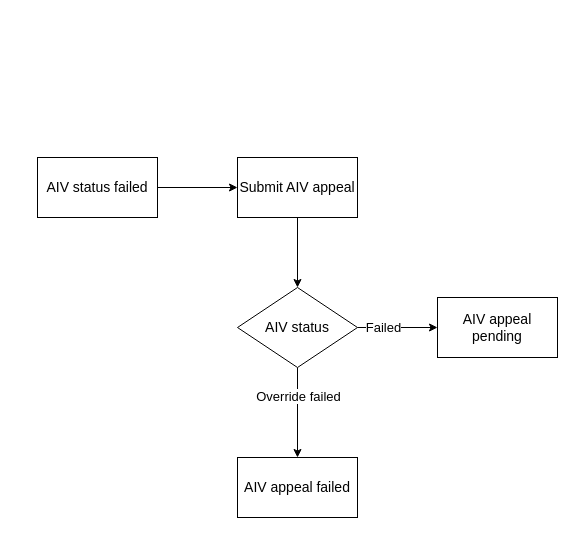
Above: page "AIV appeal flow - 1" (3 of 5) of misc.drawio in Seandor/diagrams-storage (draw.io), before the change. Source tidied: cells renumbered, new cells numbered last; positions are measured from the earlier drawing's top-left corner, leaving out a move shared by most shapes. Both pictures are drawn from the tidied source at 100%, with x=0, y=0 at pixel (37, 157).
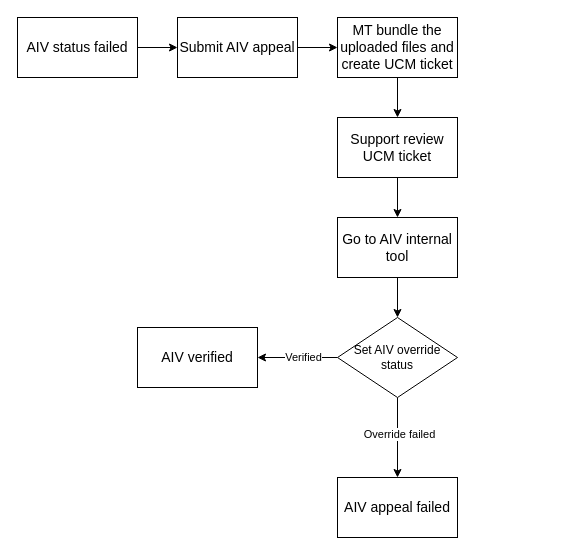
After the change.

What changed in the source:
```diff
@@
 <mxGraphModel>
   <root>
     <mxCell id="0" />
     <mxCell id="1" parent="0" />
     <mxCell id="2" style="edgeStyle=orthogonalEdgeStyle;rounded=0;jettySize=auto;html=1;" parent="1" edge="1" source="3" target="5">
       <mxGeometry relative="1" as="geometry" />
     </mxCell>
     <mxCell id="3" value="AIV status failed" style="rounded=0;whiteSpace=wrap;html=1;fontSize=14;" parent="1" vertex="1">
-      <mxGeometry width="120" height="60" as="geometry" />
+      <mxGeometry x="-20" y="-140" width="120" height="60" as="geometry" />
     </mxCell>
-    <mxCell id="4" style="edgeStyle=orthogonalEdgeStyle;rounded=0;jettySize=auto;html=1;" parent="1" edge="1" source="5" target="10">
-      <mxGeometry relative="1" as="geometry" />
-    </mxCell>
+    <mxCell id="13" style="edgeStyle=orthogonalEdgeStyle;rounded=0;jettySize=auto;html=1;" parent="1" edge="1" source="5" target="15">
+      <mxGeometry relative="1" as="geometry" />
+    </mxCell>
     <mxCell id="5" value="Submit AIV appeal" style="whiteSpace=wrap;html=1;fontSize=14;rounded=0;" parent="1" vertex="1">
-      <mxGeometry x="200" width="120" height="60" as="geometry" />
+      <mxGeometry x="140" y="-140" width="120" height="60" as="geometry" />
     </mxCell>
-    <mxCell id="6" style="edgeStyle=orthogonalEdgeStyle;rounded=0;jettySize=auto;html=1;" parent="1" edge="1" source="10" target="11">
-      <mxGeometry relative="1" as="geometry" />
-    </mxCell>
-    <mxCell id="7" value="Failed" style="edgeLabel;html=1;align=center;verticalAlign=middle;fontSize=13;" parent="6" vertex="1">
-      <mxGeometry x="-0.37" y="1" relative="1" as="geometry" />
-    </mxCell>
-    <mxCell id="8" style="edgeStyle=orthogonalEdgeStyle;rounded=0;jettySize=auto;html=1;" parent="1" edge="1" source="10" target="12">
-      <mxGeometry relative="1" as="geometry" />
-    </mxCell>
+    <mxCell id="14" style="edgeStyle=orthogonalEdgeStyle;rounded=0;jettySize=auto;html=1;" parent="1" edge="1" source="15" target="17">
+      <mxGeometry relative="1" as="geometry" />
+    </mxCell>
+    <mxCell id="15" value="MT bundle the uploaded files and create UCM ticket" style="whiteSpace=wrap;html=1;fontSize=14;rounded=0;" parent="1" vertex="1">
+      <mxGeometry x="300" y="-140" width="120" height="60" as="geometry" />
+    </mxCell>
+    <mxCell id="16" style="edgeStyle=orthogonalEdgeStyle;rounded=0;jettySize=auto;html=1;" parent="1" edge="1" source="17" target="19">
+      <mxGeometry relative="1" as="geometry" />
+    </mxCell>
+    <mxCell id="17" value="Support review UCM ticket" style="whiteSpace=wrap;html=1;fontSize=14;rounded=0;" parent="1" vertex="1">
+      <mxGeometry x="300" y="-40" width="120" height="60" as="geometry" />
+    </mxCell>
+    <mxCell id="18" style="edgeStyle=orthogonalEdgeStyle;rounded=0;jettySize=auto;html=1;" parent="1" edge="1" source="19" target="23">
+      <mxGeometry relative="1" as="geometry" />
+    </mxCell>
+    <mxCell id="19" value="Go to AIV internal tool" style="whiteSpace=wrap;html=1;fontSize=14;rounded=0;" parent="1" vertex="1">
+      <mxGeometry x="300" y="60" width="120" height="60" as="geometry" />
+    </mxCell>
+    <mxCell id="20" style="edgeStyle=orthogonalEdgeStyle;rounded=0;jettySize=auto;html=1;" parent="1" edge="1" source="23" target="12">
+      <mxGeometry relative="1" as="geometry" />
+    </mxCell>
-    <mxCell id="9" value="&lt;font style=&quot;font-size: 13px;&quot;&gt;Override failed&lt;/font&gt;" style="edgeLabel;html=1;align=center;verticalAlign=middle;" parent="8" vertex="1">
-      <mxGeometry x="-0.37" relative="1" as="geometry" />
+    <mxCell id="9" value="Override failed" style="edgeLabel;html=1;align=center;verticalAlign=middle;" parent="20" vertex="1">
+      <mxGeometry x="-0.11" y="1" relative="1" as="geometry" />
     </mxCell>
-    <mxCell id="10" value="AIV status" style="rhombus;whiteSpace=wrap;html=1;fontSize=14;rounded=0;" parent="1" vertex="1">
-      <mxGeometry x="200" y="130" width="120" height="80" as="geometry" />
-    </mxCell>
-    <mxCell id="11" value="AIV appeal pending" style="whiteSpace=wrap;html=1;fontSize=14;rounded=0;" parent="1" vertex="1">
-      <mxGeometry x="400" y="140" width="120" height="60" as="geometry" />
-    </mxCell>
+    <mxCell id="21" style="edgeStyle=orthogonalEdgeStyle;rounded=0;jettySize=auto;html=1;" parent="1" edge="1" source="23" target="24">
+      <mxGeometry relative="1" as="geometry" />
+    </mxCell>
+    <mxCell id="22" value="Verified" style="edgeLabel;html=1;align=center;verticalAlign=middle;" parent="21" vertex="1">
+      <mxGeometry x="-0.13" y="-1" relative="1" as="geometry" />
+    </mxCell>
+    <mxCell id="23" value="Set AIV override status" style="rhombus;whiteSpace=wrap;html=1;fontSize=12;rounded=0;" parent="1" vertex="1">
+      <mxGeometry x="300" y="160" width="120" height="80" as="geometry" />
+    </mxCell>
     <mxCell id="12" value="AIV appeal failed" style="whiteSpace=wrap;html=1;fontSize=14;rounded=0;" parent="1" vertex="1">
-      <mxGeometry x="200" y="300" width="120" height="60" as="geometry" />
+      <mxGeometry x="300" y="320" width="120" height="60" as="geometry" />
     </mxCell>
+    <mxCell id="24" value="AIV verified" style="whiteSpace=wrap;html=1;fontSize=14;rounded=0;" parent="1" vertex="1">
+      <mxGeometry x="100" y="170" width="120" height="60" as="geometry" />
+    </mxCell>
   </root>
 </mxGraphModel>
```
